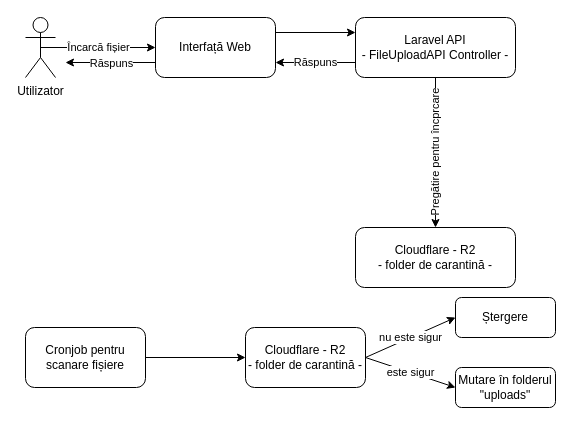
Earlier version of the draw.io diagram page "[RO] File Upload" (6 of 6) of Docs/Arhitectura aplicatiei.drawio (popalexr/Document-Interrogation-System). Source tidied: cells renumbered, new cells numbered last; positions are measured from the earlier drawing's top-left corner, leaving out a move shared by most shapes. Both pictures are drawn from the tidied source at 100%, with x=0, y=0 at pixel (25, 17).
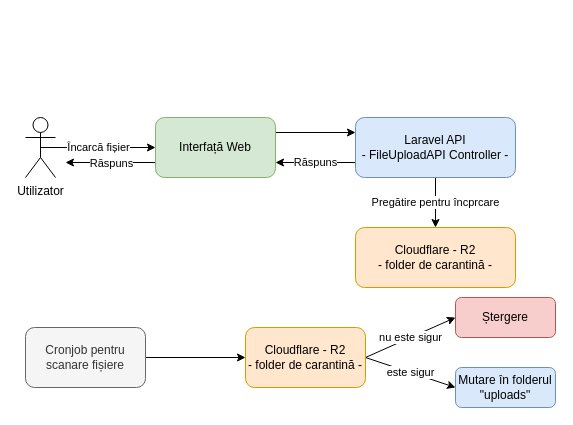
The same diagram, later.

What changed in the source:
```diff
@@
 <mxGraphModel>
   <root>
     <mxCell id="0" />
     <mxCell id="1" parent="0" />
     <mxCell id="2" value="Încarcă fișier" style="edgeStyle=orthogonalEdgeStyle;rounded=0;jettySize=auto;html=1;exitX=0.5;exitY=0.5;exitDx=0;exitDy=0;exitPerimeter=0;entryX=0;entryY=0.5;entryDx=0;entryDy=0;" parent="1" edge="1" source="3" target="6">
       <mxGeometry relative="1" as="geometry" />
     </mxCell>
     <mxCell id="3" value="Utilizator" style="shape=umlActor;verticalLabelPosition=bottom;verticalAlign=top;html=1;outlineConnect=0;" parent="1" vertex="1">
-      <mxGeometry width="30" height="60" as="geometry" />
+      <mxGeometry y="100" width="30" height="60" as="geometry" />
     </mxCell>
     <mxCell id="4" style="edgeStyle=orthogonalEdgeStyle;rounded=0;jettySize=auto;html=1;exitX=1;exitY=0.25;exitDx=0;exitDy=0;entryX=0;entryY=0.25;entryDx=0;entryDy=0;" parent="1" edge="1" source="6" target="9">
       <mxGeometry relative="1" as="geometry" />
     </mxCell>
     <mxCell id="5" value="Răspuns" style="edgeStyle=orthogonalEdgeStyle;rounded=0;jettySize=auto;html=1;exitX=0;exitY=0.75;exitDx=0;exitDy=0;" parent="1" edge="1" source="6">
       <mxGeometry relative="1" as="geometry">
-        <mxPoint x="40" y="45" as="targetPoint" />
+        <mxPoint x="40" y="145" as="targetPoint" />
       </mxGeometry>
     </mxCell>
-    <mxCell id="6" value="Interfață Web" style="rounded=1;whiteSpace=wrap;html=1;" parent="1" vertex="1">
-      <mxGeometry x="130" width="120" height="60" as="geometry" />
+    <mxCell id="6" value="Interfață Web" style="rounded=1;whiteSpace=wrap;html=1;fillColor=#d5e8d4;strokeColor=#82b366;" parent="1" vertex="1">
+      <mxGeometry x="130" y="100" width="120" height="60" as="geometry" />
     </mxCell>
-    <mxCell id="7" value="Pregătire pentru încprcare" style="edgeStyle=orthogonalEdgeStyle;rounded=0;jettySize=auto;html=1;exitX=0.5;exitY=1;exitDx=0;exitDy=0;horizontal=0;entryX=0.5;entryY=0;entryDx=0;entryDy=0;" parent="1" edge="1" source="9" target="10">
+    <mxCell id="7" value="Pregătire pentru încprcare" style="edgeStyle=orthogonalEdgeStyle;rounded=0;jettySize=auto;html=1;exitX=0.5;exitY=1;exitDx=0;exitDy=0;horizontal=1;entryX=0.5;entryY=0;entryDx=0;entryDy=0;" parent="1" edge="1" source="9" target="10">
       <mxGeometry relative="1" as="geometry" />
     </mxCell>
     <mxCell id="8" value="Răspuns" style="edgeStyle=orthogonalEdgeStyle;rounded=0;jettySize=auto;html=1;exitX=0;exitY=0.75;exitDx=0;exitDy=0;entryX=1;entryY=0.75;entryDx=0;entryDy=0;" parent="1" edge="1" source="9" target="6">
       <mxGeometry relative="1" as="geometry" />
     </mxCell>
-    <mxCell id="9" value="Laravel API&lt;div&gt;- FileUploadAPI Controller -&lt;/div&gt;" style="rounded=1;whiteSpace=wrap;html=1;" parent="1" vertex="1">
-      <mxGeometry x="330" width="160" height="60" as="geometry" />
+    <mxCell id="9" value="Laravel API&lt;div&gt;- FileUploadAPI Controller -&lt;/div&gt;" style="rounded=1;whiteSpace=wrap;html=1;fillColor=#dae8fc;strokeColor=#6c8ebf;" parent="1" vertex="1">
+      <mxGeometry x="330" y="100" width="160" height="60" as="geometry" />
     </mxCell>
-    <mxCell id="10" value="Cloudflare - R2&lt;div&gt;- folder de carantină -&lt;/div&gt;" style="rounded=1;whiteSpace=wrap;html=1;" parent="1" vertex="1">
+    <mxCell id="10" value="Cloudflare - R2&lt;div&gt;- folder de carantină -&lt;/div&gt;" style="rounded=1;whiteSpace=wrap;html=1;fillColor=#ffe6cc;strokeColor=#d79b00;" parent="1" vertex="1">
       <mxGeometry x="330" y="210" width="160" height="60" as="geometry" />
     </mxCell>
     <mxCell id="11" style="edgeStyle=orthogonalEdgeStyle;rounded=0;jettySize=auto;html=1;exitX=1;exitY=0.5;exitDx=0;exitDy=0;" parent="1" edge="1" source="12" target="15">
       <mxGeometry relative="1" as="geometry" />
     </mxCell>
-    <mxCell id="12" value="Cronjob pentru scanare fișiere" style="rounded=1;whiteSpace=wrap;html=1;" parent="1" vertex="1">
+    <mxCell id="12" value="Cronjob pentru scanare fișiere" style="rounded=1;whiteSpace=wrap;html=1;fillColor=#f5f5f5;fontColor=#333333;strokeColor=#666666;" parent="1" vertex="1">
       <mxGeometry y="310" width="120" height="60" as="geometry" />
     </mxCell>
     <mxCell id="13" value="nu este sigur" style="rounded=0;jettySize=auto;html=1;exitX=1;exitY=0.5;exitDx=0;exitDy=0;entryX=0;entryY=0.5;entryDx=0;entryDy=0;" parent="1" edge="1" source="15" target="16">
       <mxGeometry relative="1" as="geometry" />
     </mxCell>
     <mxCell id="14" value="este sigur" style="rounded=0;jettySize=auto;html=1;exitX=1;exitY=0.5;exitDx=0;exitDy=0;entryX=0;entryY=0.5;entryDx=0;entryDy=0;" parent="1" edge="1" source="15" target="17">
       <mxGeometry relative="1" as="geometry" />
     </mxCell>
-    <mxCell id="15" value="Cloudflare - R2&lt;div&gt;- folder de carantină -&lt;/div&gt;" style="rounded=1;whiteSpace=wrap;html=1;" parent="1" vertex="1">
+    <mxCell id="15" value="Cloudflare - R2&lt;div&gt;- folder de carantină -&lt;/div&gt;" style="rounded=1;whiteSpace=wrap;html=1;fillColor=#ffe6cc;strokeColor=#d79b00;" parent="1" vertex="1">
       <mxGeometry x="220" y="310" width="120" height="60" as="geometry" />
     </mxCell>
-    <mxCell id="16" value="Ștergere" style="rounded=1;whiteSpace=wrap;html=1;" parent="1" vertex="1">
+    <mxCell id="16" value="Ștergere" style="rounded=1;whiteSpace=wrap;html=1;fillColor=#f8cecc;strokeColor=#b85450;" parent="1" vertex="1">
       <mxGeometry x="430" y="280" width="100" height="40" as="geometry" />
     </mxCell>
-    <mxCell id="17" value="Mutare în folderul &quot;uploads&quot;" style="rounded=1;whiteSpace=wrap;html=1;" parent="1" vertex="1">
+    <mxCell id="17" value="Mutare în folderul &quot;uploads&quot;" style="rounded=1;whiteSpace=wrap;html=1;fillColor=#dae8fc;strokeColor=#6c8ebf;" parent="1" vertex="1">
       <mxGeometry x="430" y="350" width="100" height="40" as="geometry" />
     </mxCell>
   </root>
 </mxGraphModel>
```
